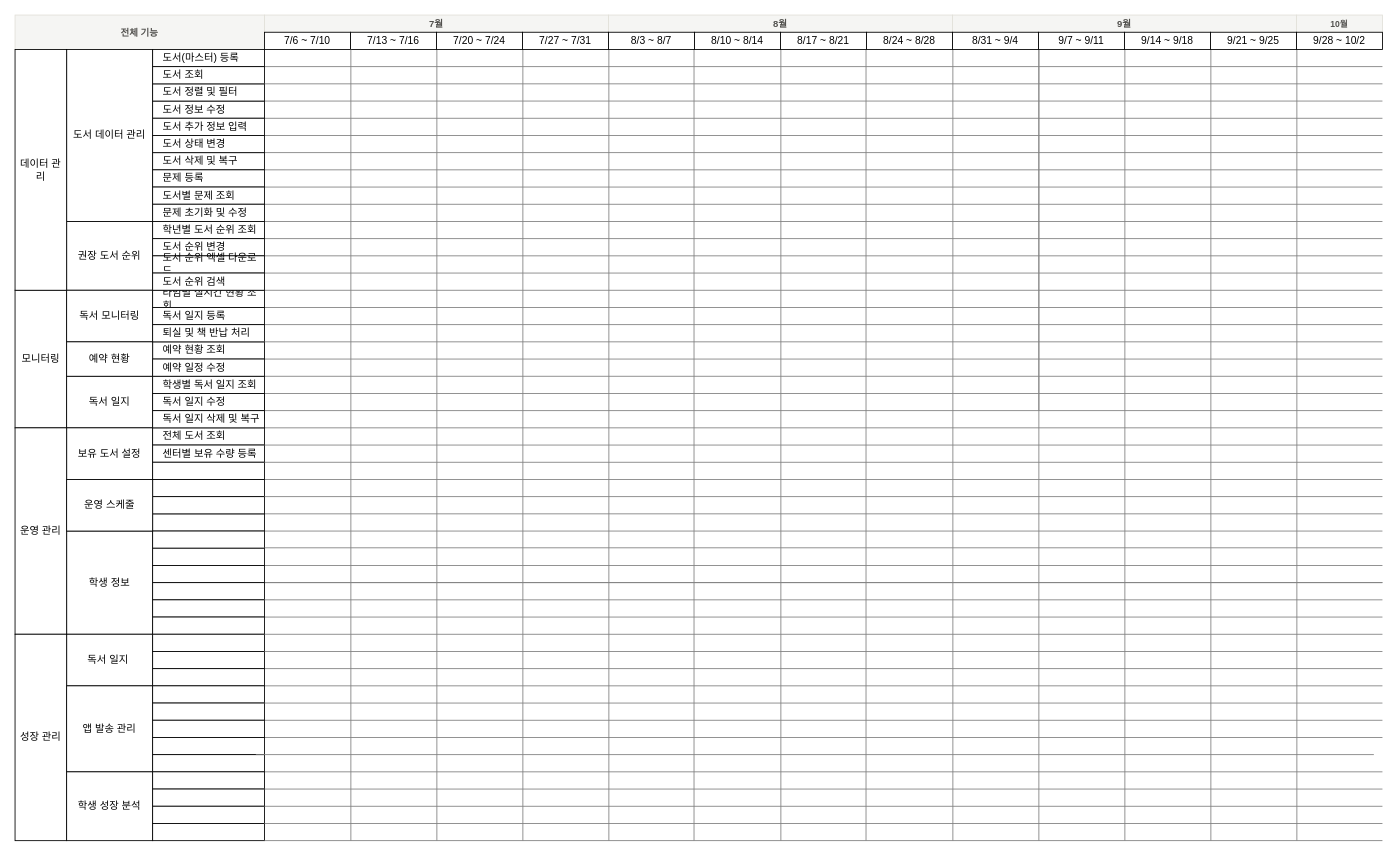
The draw.io diagram page "페이지-4" (4 of 4) of docs/로드맵_간트차트.drawio in hohoedu/book_clinic, before the edit. Source tidied: cells renumbered, new cells numbered last; positions are measured from the earlier drawing's top-left corner, leaving out a move shared by most shapes. Both pictures are drawn from the tidied source at 86%, with x=0, y=0 at pixel (15, 15).
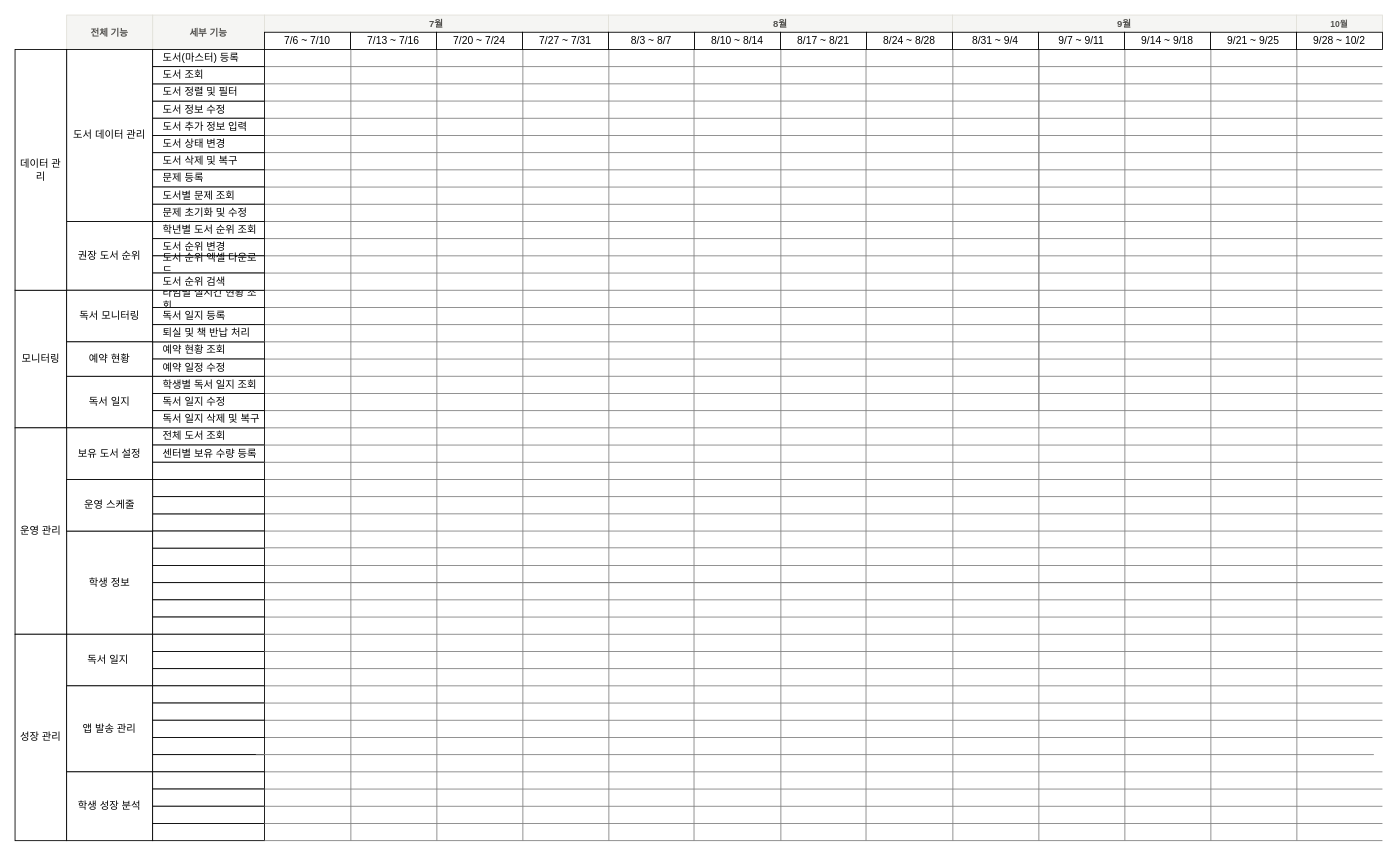
The same page after the edit.

Diff of the diagram source:
```diff
@@
+    <mxCell id="142" value="세부 기능" style="rounded=0;fillColor=#F5F5F3;strokeColor=#E1E0D9;fontSize=11;fontStyle=1;fontColor=#52514E;" parent="1" vertex="1">
+      <mxGeometry x="160" width="130" height="40" as="geometry" />
+    </mxCell>
@@
     <mxCell id="20" value="전체 기능" style="rounded=0;fillColor=#F5F5F3;strokeColor=#E1E0D9;fontSize=11;fontStyle=1;fontColor=#52514E;" parent="1" vertex="1">
-      <mxGeometry width="290" height="40" as="geometry" />
+      <mxGeometry x="60" width="100" height="40" as="geometry" />
     </mxCell>
```
